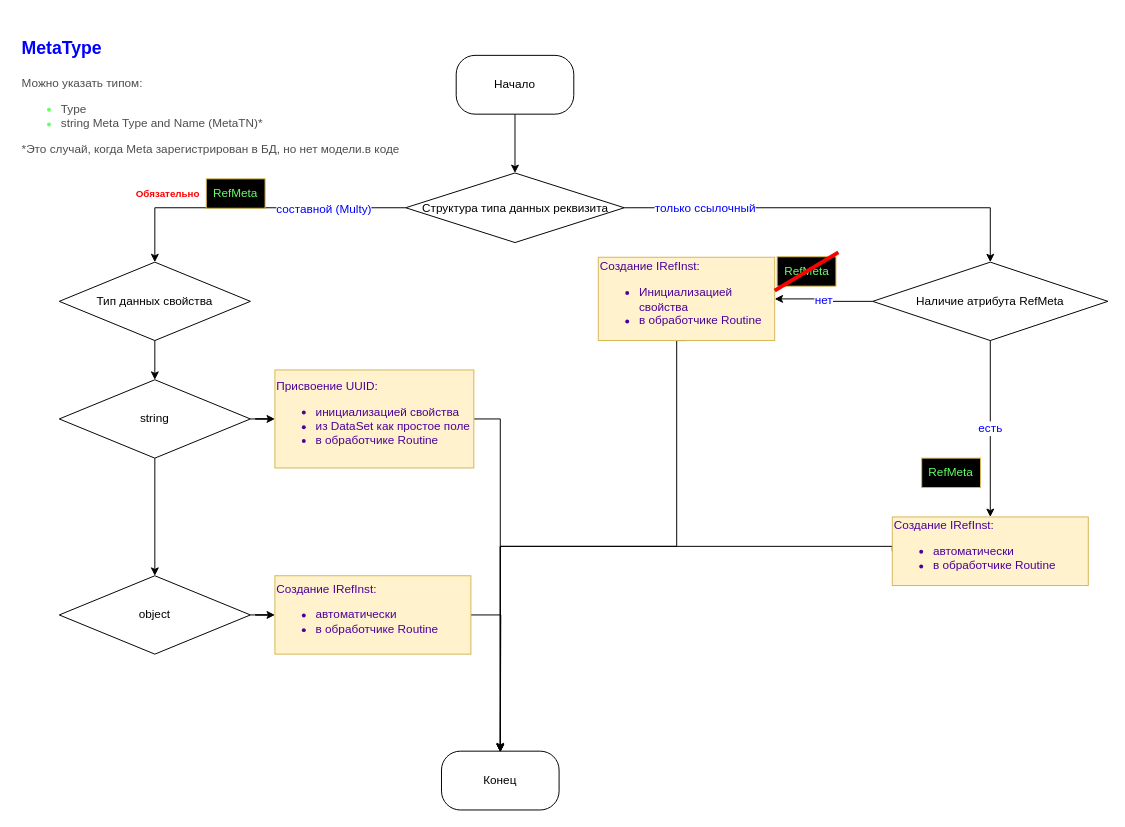
tkadm/- keeps this draw.io diagram as Ссылочные типы 1С v3.drawio. Above is the earlier version. Source tidied: cells renumbered, new cells numbered last; positions are measured from the earlier drawing's top-left corner, leaving out a move shared by most shapes. Both pictures are drawn from the tidied source at 98%, with x=0, y=0 at pixel (17, 26).
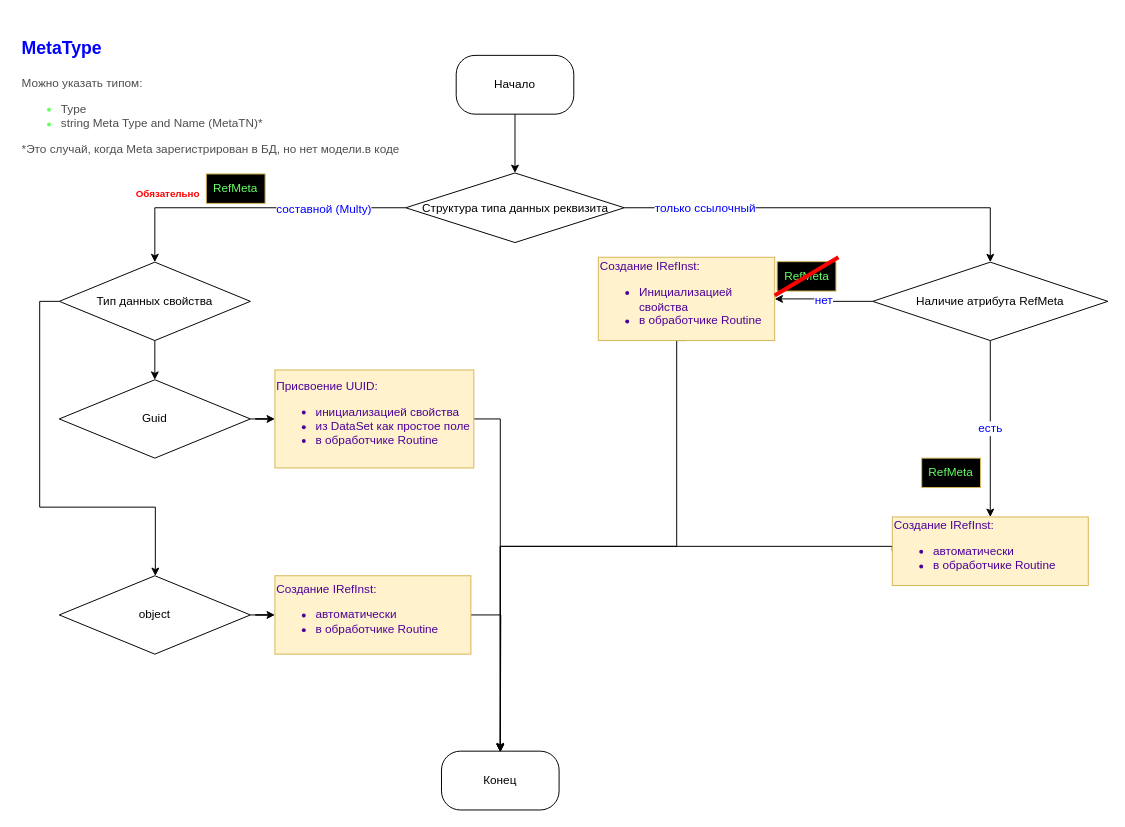
The same page after the edit.

Unchanged cells that the change refers to:
```xml
<mxCell id="16" value="Тип данных свойства" style="rhombus;whiteSpace=wrap;html=1;rounded=0;arcSize=0;fontStyle=0;verticalAlign=middle;horizontal=1;" parent="1" vertex="1">
  <mxGeometry x="43" y="240" width="195" height="80" as="geometry" />
</mxCell>
<mxCell id="21" value="object" style="rhombus;whiteSpace=wrap;html=1;rounded=0;arcSize=0;fontStyle=0;verticalAlign=middle;horizontal=1;" parent="1" vertex="1">
  <mxGeometry x="43" y="560" width="195" height="80" as="geometry" />
</mxCell>
```

Diff of the diagram source:
```diff
@@
     <mxCell id="12" value="RefMeta" style="text;html=1;strokeColor=#d6b656;fillColor=#000000;align=center;verticalAlign=middle;whiteSpace=wrap;rounded=0;fontColor=#66FF66;" parent="1" vertex="1">
-      <mxGeometry x="193" y="155" width="60" height="30" as="geometry" />
+      <mxGeometry x="193" y="150" width="60" height="30" as="geometry" />
     </mxCell>
@@
-    <mxCell id="17" style="edgeStyle=orthogonalEdgeStyle;rounded=0;jettySize=auto;html=1;" parent="1" edge="1" source="19" target="21">
-      <mxGeometry relative="1" as="geometry" />
+    <mxCell id="17" style="edgeStyle=orthogonalEdgeStyle;rounded=0;jettySize=auto;html=1;exitX=0;exitY=0.5;exitDx=0;exitDy=0;" parent="1" edge="1" source="16" target="21">
+      <mxGeometry relative="1" as="geometry">
+        <Array as="points">
+          <mxPoint x="23" y="280" />
+          <mxPoint x="23" y="490" />
+          <mxPoint x="141" y="490" />
+        </Array>
+      </mxGeometry>
     </mxCell>
@@
-    <mxCell id="19" value="string" style="rhombus;whiteSpace=wrap;html=1;rounded=0;arcSize=0;fontStyle=0;verticalAlign=middle;horizontal=1;" parent="1" vertex="1">
+    <mxCell id="19" value="Guid" style="rhombus;whiteSpace=wrap;html=1;rounded=0;arcSize=0;fontStyle=0;verticalAlign=middle;horizontal=1;" parent="1" vertex="1">
       <mxGeometry x="43" y="360" width="195" height="80" as="geometry" />
     </mxCell>
@@
     <mxCell id="31" style="group;" parent="1" vertex="1">
-      <mxGeometry x="773" y="230" width="65" height="39" as="geometry" />
+      <mxGeometry x="773" y="235" width="65" height="39" as="geometry" />
     </mxCell>
```
